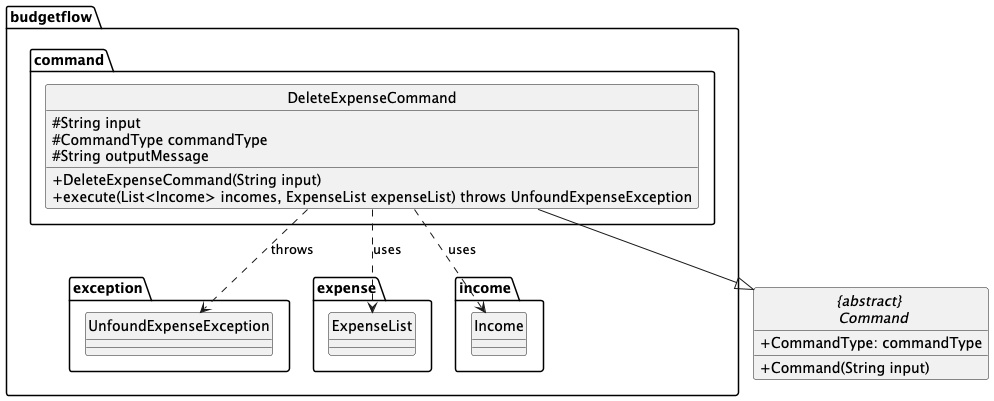
thienkimtranhoang/tp keeps this PlantUML diagram as docs/diagrams/DeleteExpenseCommandClass.png. Above is the earlier version.
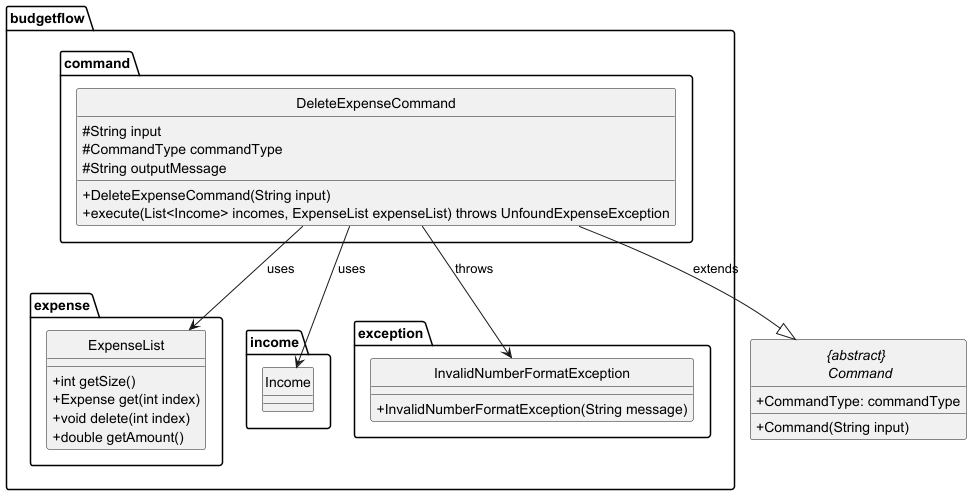
Later version of the same file.

Diff of the diagram source:
```diff
@@ -13,16 +13,22 @@
     }
 }
 
-package budgetflow.exception {
-    class UnfoundExpenseException
+package budgetflow.expense {
+    class ExpenseList {
+        + int getSize()
+        + Expense get(int index)
+        + void delete(int index)
+        + double getAmount()
+    }
 }
 
-package budgetflow.expense {
-    class ExpenseList
+class budgetflow.income.Income {
+
 }
 
-package budgetflow.income {
-    class Income
+
+class budgetflow.exception.InvalidNumberFormatException {
+    + InvalidNumberFormatException(String message)
 }
 
 abstract class "{abstract} \n Command" {
@@ -31,9 +37,8 @@
 }
 
 
-DeleteExpenseCommand --|> "{abstract} \n Command"
-DeleteExpenseCommand ..> UnfoundExpenseException : throws
-DeleteExpenseCommand ..> Income : uses
-DeleteExpenseCommand ..> ExpenseList : uses
-
+DeleteExpenseCommand --|> "{abstract} \n Command" : extends
+DeleteExpenseCommand --> ExpenseList : uses
+DeleteExpenseCommand --> Income : uses
+DeleteExpenseCommand --> InvalidNumberFormatException : throws
 @enduml
```
